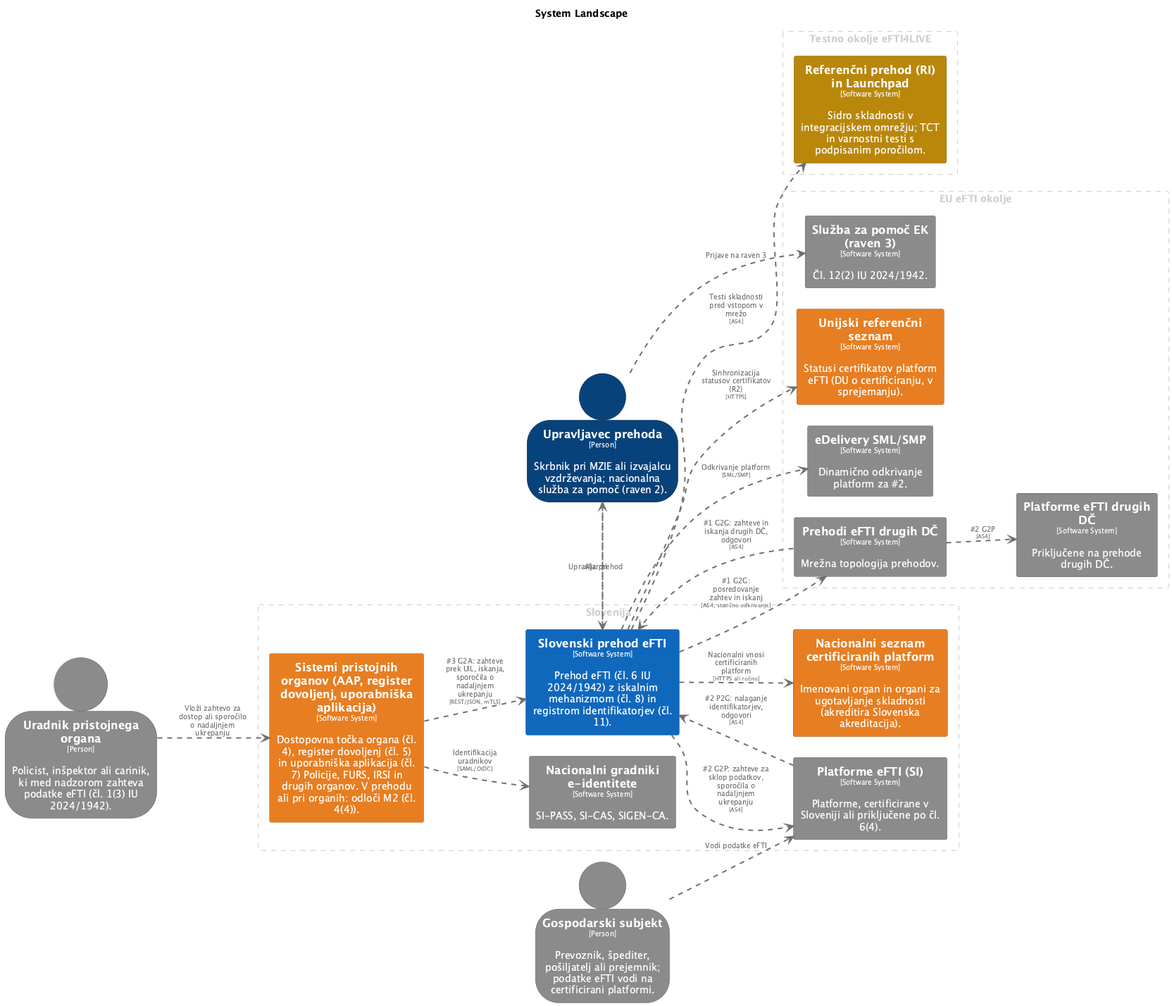
Earlier version of the PlantUML export architecture/diagrams/structurizr-C0-Pokrajina.png (UM-KGPI/eFTI-Gate-SI).
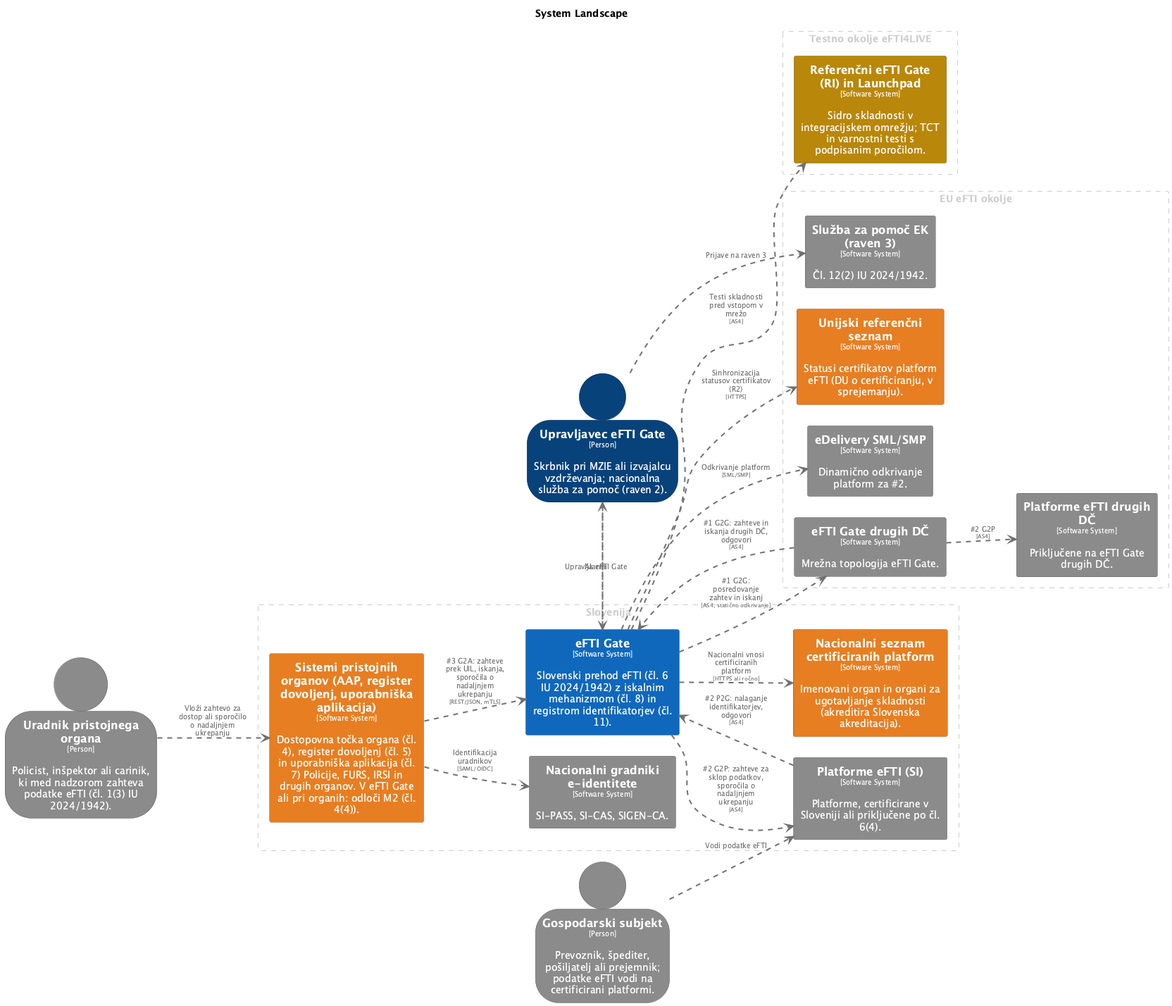
After the commit.

Diff of the diagram source:
```diff
@@ -45,13 +45,7 @@
   BorderColor #606060
   shadowing false
 }
-skinparam rectangle<<PrehodieFTIdrugihDČ>> {
-  BackgroundColor #8a8a8a
-  FontColor #ffffff
-  BorderColor #606060
-  shadowing false
-}
-skinparam rectangle<<ReferenčniprehodRIinLaunchpad>> {
+skinparam rectangle<<ReferenčnieFTIGateRIinLaunchpad>> {
   BackgroundColor #b8860b
   FontColor #ffffff
   BorderColor #805d07
@@ -61,12 +55,6 @@
   BackgroundColor #e67e22
   FontColor #ffffff
   BorderColor #a15817
-  shadowing false
-}
-skinparam rectangle<<SlovenskiprehodeFTI>> {
-  BackgroundColor #1168bd
-  FontColor #ffffff
-  BorderColor #0b4884
   shadowing false
 }
 skinparam rectangle<<SlužbazapomočEKraven3>> {
@@ -81,7 +69,7 @@
   BorderColor #a15817
   shadowing false
 }
-skinparam person<<Upravljavecprehoda>> {
+skinparam person<<UpravljaveceFTIGate>> {
   BackgroundColor #08427b
   FontColor #ffffff
   BorderColor #052e56
@@ -99,16 +87,28 @@
   BorderColor #606060
   shadowing false
 }
+skinparam rectangle<<eFTIGate>> {
+  BackgroundColor #1168bd
+  FontColor #ffffff
+  BorderColor #0b4884
+  shadowing false
+}
+skinparam rectangle<<eFTIGatedrugihDČ>> {
+  BackgroundColor #8a8a8a
+  FontColor #ffffff
+  BorderColor #606060
+  shadowing false
+}
 
 rectangle "EU eFTI okolje" <<group1>> as group1 {
   skinparam RectangleBorderColor<<group1>> #cccccc
   skinparam RectangleFontColor<<group1>> #cccccc
   skinparam RectangleBorderStyle<<group1>> dashed
 
-  rectangle "==Prehodi eFTI drugih DČ\n<size:10>[Software System]</size>\n\nMrežna topologija prehodov." <<PrehodieFTIdrugihDČ>> as PrehodieFTIdrugihDČ
+  rectangle "==eFTI Gate drugih DČ\n<size:10>[Software System]</size>\n\nMrežna topologija eFTI Gate." <<eFTIGatedrugihDČ>> as eFTIGatedrugihDČ
   rectangle "==Unijski referenčni seznam\n<size:10>[Software System]</size>\n\nStatusi certifikatov platform eFTI (DU o certificiranju, v sprejemanju)." <<Unijskireferenčniseznam>> as Unijskireferenčniseznam
   rectangle "==eDelivery SML/SMP\n<size:10>[Software System]</size>\n\nDinamično odkrivanje platform za #2." <<eDeliverySMLSMP>> as eDeliverySMLSMP
-  rectangle "==Platforme eFTI drugih DČ\n<size:10>[Software System]</size>\n\nPriključene na prehode drugih DČ." <<PlatformeeFTIdrugihDČ>> as PlatformeeFTIdrugihDČ
+  rectangle "==Platforme eFTI drugih DČ\n<size:10>[Software System]</size>\n\nPriključene na eFTI Gate drugih DČ." <<PlatformeeFTIdrugihDČ>> as PlatformeeFTIdrugihDČ
   rectangle "==Služba za pomoč EK (raven 3)\n<size:10>[Software System]</size>\n\nČl. 12(2) IU 2024/1942." <<SlužbazapomočEKraven3>> as SlužbazapomočEKraven3
 }
 
@@ -117,11 +117,11 @@
   skinparam RectangleFontColor<<group2>> #cccccc
   skinparam RectangleBorderStyle<<group2>> dashed
 
-  rectangle "==Sistemi pristojnih organov (AAP, register dovoljenj, uporabniška aplikacija)\n<size:10>[Software System]</size>\n\nDostopovna točka organa (čl. 4), register dovoljenj (čl. 5) in uporabniška aplikacija (čl. 7) Policije, FURS, IRSI in drugih organov. V prehodu ali pri organih: odloči M2 (čl. 4(4))." <<SistemipristojnihorganovAAPregisterdovoljenjuporabniškaaplikacija>> as SistemipristojnihorganovAAPregisterdovoljenjuporabniškaaplikacija
+  rectangle "==Sistemi pristojnih organov (AAP, register dovoljenj, uporabniška aplikacija)\n<size:10>[Software System]</size>\n\nDostopovna točka organa (čl. 4), register dovoljenj (čl. 5) in uporabniška aplikacija (čl. 7) Policije, FURS, IRSI in drugih organov. V eFTI Gate ali pri organih: odloči M2 (čl. 4(4))." <<SistemipristojnihorganovAAPregisterdovoljenjuporabniškaaplikacija>> as SistemipristojnihorganovAAPregisterdovoljenjuporabniškaaplikacija
   rectangle "==Platforme eFTI (SI)\n<size:10>[Software System]</size>\n\nPlatforme, certificirane v Sloveniji ali priključene po čl. 6(4)." <<PlatformeeFTISI>> as PlatformeeFTISI
   rectangle "==Nacionalni gradniki e-identitete\n<size:10>[Software System]</size>\n\nSI-PASS, SI-CAS, SIGEN-CA." <<Nacionalnigradnikieidentitete>> as Nacionalnigradnikieidentitete
   rectangle "==Nacionalni seznam certificiranih platform\n<size:10>[Software System]</size>\n\nImenovani organ in organi za ugotavljanje skladnosti (akreditira Slovenska akreditacija)." <<Nacionalniseznamcertificiranihplatform>> as Nacionalniseznamcertificiranihplatform
-  rectangle "==Slovenski prehod eFTI\n<size:10>[Software System]</size>\n\nPrehod eFTI (čl. 6 IU 2024/1942) z iskalnim mehanizmom (čl. 8) in registrom identifikatorjev (čl. 11)." <<SlovenskiprehodeFTI>> as SlovenskiprehodeFTI
+  rectangle "==eFTI Gate\n<size:10>[Software System]</size>\n\nSlovenski prehod eFTI (čl. 6 IU 2024/1942) z iskalnim mehanizmom (čl. 8) in registrom identifikatorjev (čl. 11)." <<eFTIGate>> as eFTIGate
 }
 
 rectangle "Testno okolje eFTI4LIVE" <<group3>> as group3 {
@@ -129,27 +129,27 @@
   skinparam RectangleFontColor<<group3>> #cccccc
   skinparam RectangleBorderStyle<<group3>> dashed
 
-  rectangle "==Referenčni prehod (RI) in Launchpad\n<size:10>[Software System]</size>\n\nSidro skladnosti v integracijskem omrežju; TCT in varnostni testi s podpisanim poročilom." <<ReferenčniprehodRIinLaunchpad>> as ReferenčniprehodRIinLaunchpad
+  rectangle "==Referenčni eFTI Gate (RI) in Launchpad\n<size:10>[Software System]</size>\n\nSidro skladnosti v integracijskem omrežju; TCT in varnostni testi s podpisanim poročilom." <<ReferenčnieFTIGateRIinLaunchpad>> as ReferenčnieFTIGateRIinLaunchpad
 }
 
 person "==Uradnik pristojnega organa\n<size:10>[Person]</size>\n\nPolicist, inšpektor ali carinik, ki med nadzorom zahteva podatke eFTI (čl. 1(3) IU 2024/1942)." <<Uradnikpristojnegaorgana>> as Uradnikpristojnegaorgana
-person "==Upravljavec prehoda\n<size:10>[Person]</size>\n\nSkrbnik pri MZIE ali izvajalcu vzdrževanja; nacionalna služba za pomoč (raven 2)." <<Upravljavecprehoda>> as Upravljavecprehoda
+person "==Upravljavec eFTI Gate\n<size:10>[Person]</size>\n\nSkrbnik pri MZIE ali izvajalcu vzdrževanja; nacionalna služba za pomoč (raven 2)." <<UpravljaveceFTIGate>> as UpravljaveceFTIGate
 person "==Gospodarski subjekt\n<size:10>[Person]</size>\n\nPrevoznik, špediter, pošiljatelj ali prejemnik; podatke eFTI vodi na certificirani platformi." <<Gospodarskisubjekt>> as Gospodarskisubjekt
 
 Uradnikpristojnegaorgana .[#707070,thickness=2].> SistemipristojnihorganovAAPregisterdovoljenjuporabniškaaplikacija : "<color:#707070>Vloži zahtevo za dostop ali sporočilo o nadaljnjem ukrepanju"
 Gospodarskisubjekt .[#707070,thickness=2].> PlatformeeFTISI : "<color:#707070>Vodi podatke eFTI"
-Upravljavecprehoda .[#707070,thickness=2].> SlovenskiprehodeFTI : "<color:#707070>Upravlja prehod"
-SlovenskiprehodeFTI .[#707070,thickness=2].> Upravljavecprehoda : "<color:#707070>Alarmi"
-Upravljavecprehoda .[#707070,thickness=2].> SlužbazapomočEKraven3 : "<color:#707070>Prijave na raven 3"
-SistemipristojnihorganovAAPregisterdovoljenjuporabniškaaplikacija .[#707070,thickness=2].> SlovenskiprehodeFTI : "<color:#707070>#3 G2A: zahteve prek UIL, iskanja, sporočila o nadaljnjem ukrepanju\n<color:#707070><size:8>[REST/JSON, mTLS]</size>"
+UpravljaveceFTIGate .[#707070,thickness=2].> eFTIGate : "<color:#707070>Upravlja eFTI Gate"
+eFTIGate .[#707070,thickness=2].> UpravljaveceFTIGate : "<color:#707070>Alarmi"
+UpravljaveceFTIGate .[#707070,thickness=2].> SlužbazapomočEKraven3 : "<color:#707070>Prijave na raven 3"
+SistemipristojnihorganovAAPregisterdovoljenjuporabniškaaplikacija .[#707070,thickness=2].> eFTIGate : "<color:#707070>#3 G2A: zahteve prek UIL, iskanja, sporočila o nadaljnjem ukrepanju\n<color:#707070><size:8>[REST/JSON, mTLS]</size>"
 SistemipristojnihorganovAAPregisterdovoljenjuporabniškaaplikacija .[#707070,thickness=2].> Nacionalnigradnikieidentitete : "<color:#707070>Identifikacija uradnikov\n<color:#707070><size:8>[SAML/OIDC]</size>"
-SlovenskiprehodeFTI .[#707070,thickness=2].> PlatformeeFTISI : "<color:#707070>#2 G2P: zahteve za sklop podatkov, sporočila o nadaljnjem ukrepanju\n<color:#707070><size:8>[AS4]</size>"
-PlatformeeFTISI .[#707070,thickness=2].> SlovenskiprehodeFTI : "<color:#707070>#2 P2G: nalaganje identifikatorjev, odgovori\n<color:#707070><size:8>[AS4]</size>"
-SlovenskiprehodeFTI .[#707070,thickness=2].> PrehodieFTIdrugihDČ : "<color:#707070>#1 G2G: posredovanje zahtev in iskanj\n<color:#707070><size:8>[AS4, statično odkrivanje]</size>"
-PrehodieFTIdrugihDČ .[#707070,thickness=2].> SlovenskiprehodeFTI : "<color:#707070>#1 G2G: zahteve in iskanja drugih DČ, odgovori\n<color:#707070><size:8>[AS4]</size>"
-PrehodieFTIdrugihDČ .[#707070,thickness=2].> PlatformeeFTIdrugihDČ : "<color:#707070>#2 G2P\n<color:#707070><size:8>[AS4]</size>"
-SlovenskiprehodeFTI .[#707070,thickness=2].> eDeliverySMLSMP : "<color:#707070>Odkrivanje platform\n<color:#707070><size:8>[SML/SMP]</size>"
-SlovenskiprehodeFTI .[#707070,thickness=2].> Unijskireferenčniseznam : "<color:#707070>Sinhronizacija statusov certifikatov (R2)\n<color:#707070><size:8>[HTTPS]</size>"
-SlovenskiprehodeFTI .[#707070,thickness=2].> Nacionalniseznamcertificiranihplatform : "<color:#707070>Nacionalni vnosi certificiranih platform\n<color:#707070><size:8>[HTTPS ali ročno]</size>"
-SlovenskiprehodeFTI .[#707070,thickness=2].> ReferenčniprehodRIinLaunchpad : "<color:#707070>Testi skladnosti pred vstopom v mrežo\n<color:#707070><size:8>[AS4]</size>"
+eFTIGate .[#707070,thickness=2].> PlatformeeFTISI : "<color:#707070>#2 G2P: zahteve za sklop podatkov, sporočila o nadaljnjem ukrepanju\n<color:#707070><size:8>[AS4]</size>"
+PlatformeeFTISI .[#707070,thickness=2].> eFTIGate : "<color:#707070>#2 P2G: nalaganje identifikatorjev, odgovori\n<color:#707070><size:8>[AS4]</size>"
+eFTIGate .[#707070,thickness=2].> eFTIGatedrugihDČ : "<color:#707070>#1 G2G: posredovanje zahtev in iskanj\n<color:#707070><size:8>[AS4, statično odkrivanje]</size>"
+eFTIGatedrugihDČ .[#707070,thickness=2].> eFTIGate : "<color:#707070>#1 G2G: zahteve in iskanja drugih DČ, odgovori\n<color:#707070><size:8>[AS4]</size>"
+eFTIGatedrugihDČ .[#707070,thickness=2].> PlatformeeFTIdrugihDČ : "<color:#707070>#2 G2P\n<color:#707070><size:8>[AS4]</size>"
+eFTIGate .[#707070,thickness=2].> eDeliverySMLSMP : "<color:#707070>Odkrivanje platform\n<color:#707070><size:8>[SML/SMP]</size>"
+eFTIGate .[#707070,thickness=2].> Unijskireferenčniseznam : "<color:#707070>Sinhronizacija statusov certifikatov (R2)\n<color:#707070><size:8>[HTTPS]</size>"
+eFTIGate .[#707070,thickness=2].> Nacionalniseznamcertificiranihplatform : "<color:#707070>Nacionalni vnosi certificiranih platform\n<color:#707070><size:8>[HTTPS ali ročno]</size>"
+eFTIGate .[#707070,thickness=2].> ReferenčnieFTIGateRIinLaunchpad : "<color:#707070>Testi skladnosti pred vstopom v mrežo\n<color:#707070><size:8>[AS4]</size>"
 @enduml
```
